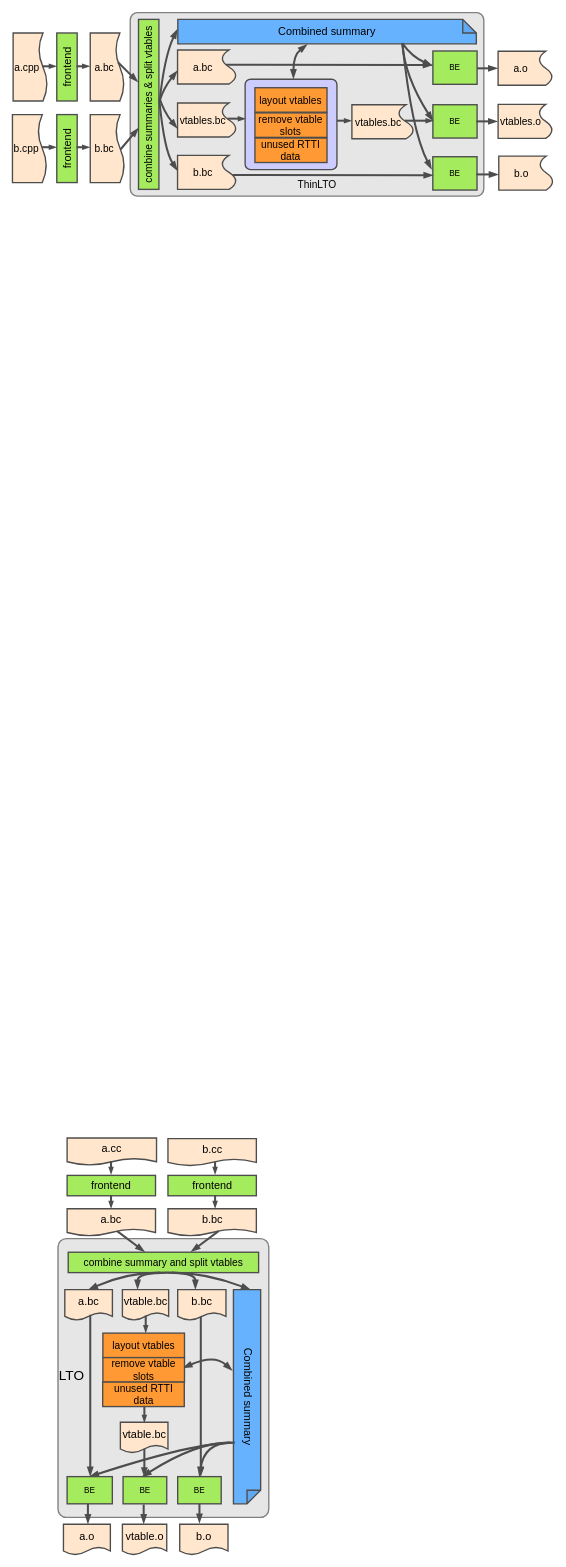
The draw.io diagram thinlto-1.drawio in luxufan/simple-website-template, before the edit. Source tidied: cells renumbered, new cells numbered last; positions are measured from the earlier drawing's top-left corner, leaving out a move shared by most shapes. Both pictures are drawn from the tidied source at 68%, with x=0, y=0 at pixel (12, 12).
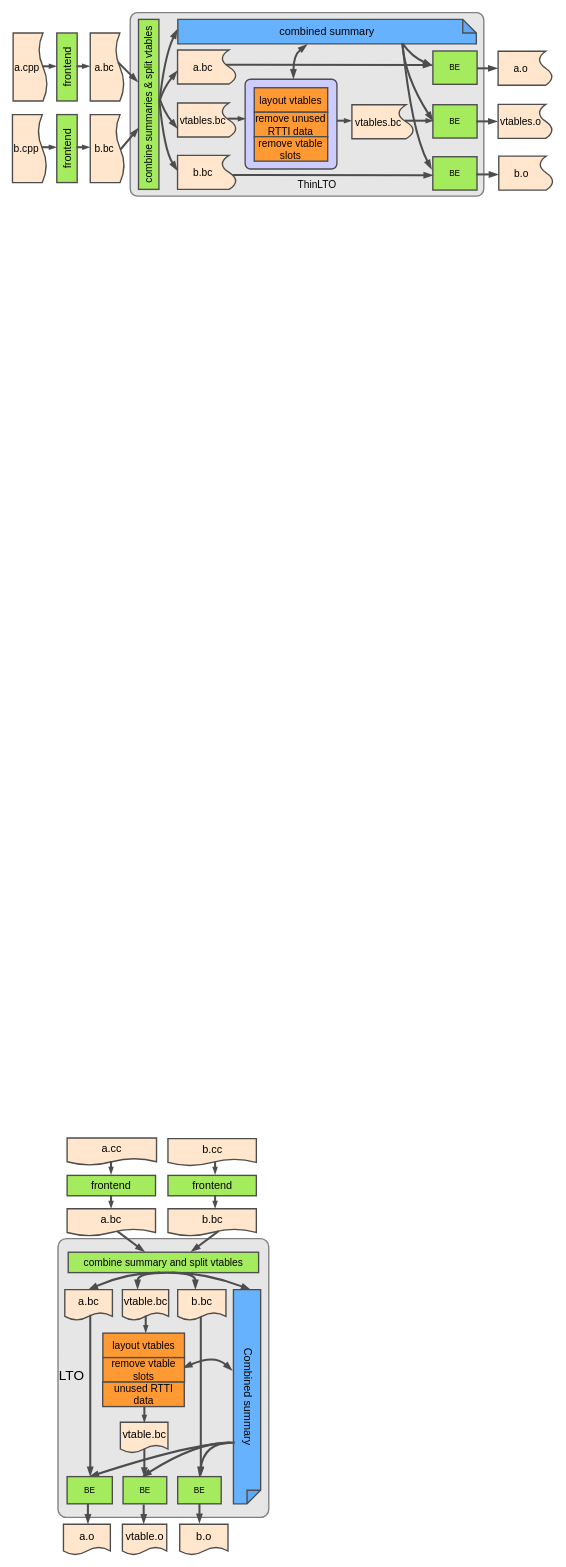
The same diagram, later.

Change to the diagram source:
```diff
@@
     <mxCell id="3" style="rounded=1;whiteSpace=wrap;html=1;fillColor=#CCCCFF;arcSize=6;strokeWidth=2;strokeColor=#4D4D4D;" parent="1" vertex="1">
-      <mxGeometry x="342" y="98" width="135" height="133" as="geometry" />
+      <mxGeometry x="342" y="98" width="135" height="132" as="geometry" />
     </mxCell>
@@
-    <mxCell id="58" value="&lt;font style=&quot;font-size: 16px;&quot;&gt;Combined summary&lt;/font&gt;" style="shape=note;whiteSpace=wrap;html=1;backgroundOutline=1;darkOpacity=0.05;direction=south;flipV=1;size=20;textDirection=rtl;fillColor=#66B2FF;strokeWidth=2;strokeColor=#4D4D4D;" parent="1" vertex="1">
+    <mxCell id="58" value="&lt;font style=&quot;font-size: 16px;&quot;&gt;combined summary&lt;/font&gt;" style="shape=note;whiteSpace=wrap;html=1;backgroundOutline=1;darkOpacity=0.05;direction=south;flipV=1;size=20;textDirection=rtl;fillColor=#66B2FF;strokeWidth=2;strokeColor=#4D4D4D;" parent="1" vertex="1">
       <mxGeometry x="243" y="10" width="439" height="36" as="geometry" />
     </mxCell>
     <mxCell id="59" value="&lt;font style=&quot;font-size: 15px;&quot;&gt;layout vtables&lt;/font&gt;" style="rounded=0;whiteSpace=wrap;html=1;strokeWidth=2;fillColor=#FF9933;strokeColor=#4D4D4D;" parent="1" vertex="1">
-      <mxGeometry x="356.4" y="110.5" width="106" height="36" as="geometry" />
+      <mxGeometry x="355.4" y="110.5" width="108" height="36" as="geometry" />
     </mxCell>
-    <mxCell id="60" value="&lt;font style=&quot;font-size: 15px;&quot;&gt;remove vtable slots&lt;/font&gt;" style="rounded=0;whiteSpace=wrap;html=1;strokeWidth=2;strokeColor=#4D4D4D;fillColor=#FF9933;" parent="1" vertex="1">
-      <mxGeometry x="356.4" y="147.5" width="106" height="36" as="geometry" />
+    <mxCell id="60" value="&lt;font style=&quot;font-size: 15px;&quot;&gt;remove unused RTTI data&lt;/font&gt;" style="rounded=0;whiteSpace=wrap;html=1;strokeWidth=2;strokeColor=#4D4D4D;fillColor=#FF9933;" parent="1" vertex="1">
+      <mxGeometry x="355.4" y="146.5" width="108" height="36" as="geometry" />
     </mxCell>
-    <mxCell id="61" value="&lt;span style=&quot;font-size: 15px;&quot;&gt;unused RTTI data&lt;/span&gt;" style="rounded=0;whiteSpace=wrap;html=1;strokeWidth=2;strokeColor=#4D4D4D;fillColor=#FF9933;" parent="1" vertex="1">
-      <mxGeometry x="356.4" y="184.5" width="106" height="36" as="geometry" />
+    <mxCell id="61" value="&lt;span style=&quot;font-size: 15px;&quot;&gt;remove vtable slots&lt;/span&gt;" style="rounded=0;whiteSpace=wrap;html=1;strokeWidth=2;strokeColor=#4D4D4D;fillColor=#FF9933;" parent="1" vertex="1">
+      <mxGeometry x="355.4" y="182.5" width="108" height="36" as="geometry" />
     </mxCell>
```
